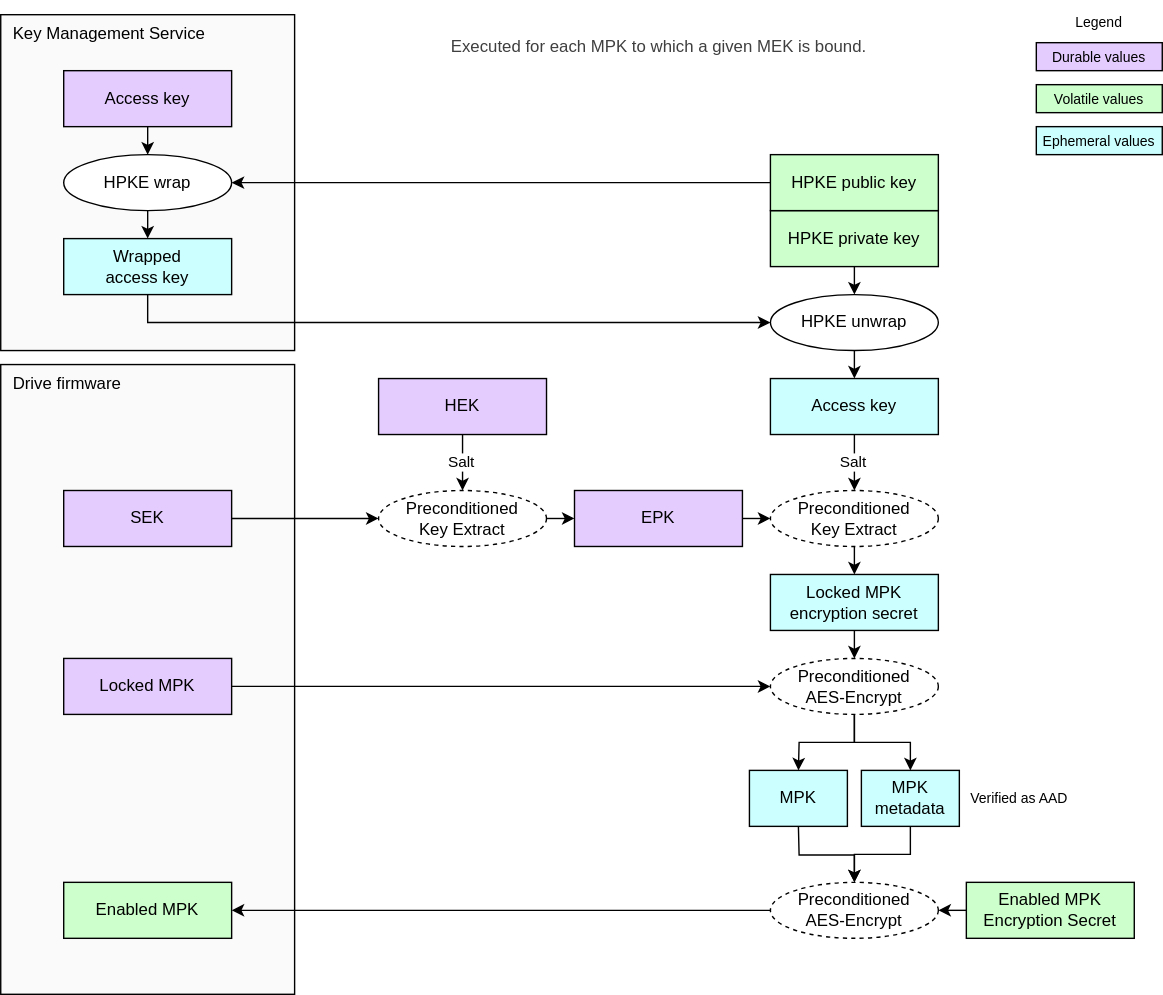
The draw.io diagram doc/ocp_lock/diagrams/mpk_enable.drawio.svg in chipsalliance/Caliptra, before a commit. Source tidied: cells renumbered, new cells last; positions are measured from the earlier drawing's top-left corner, leaving out a move shared by most shapes.
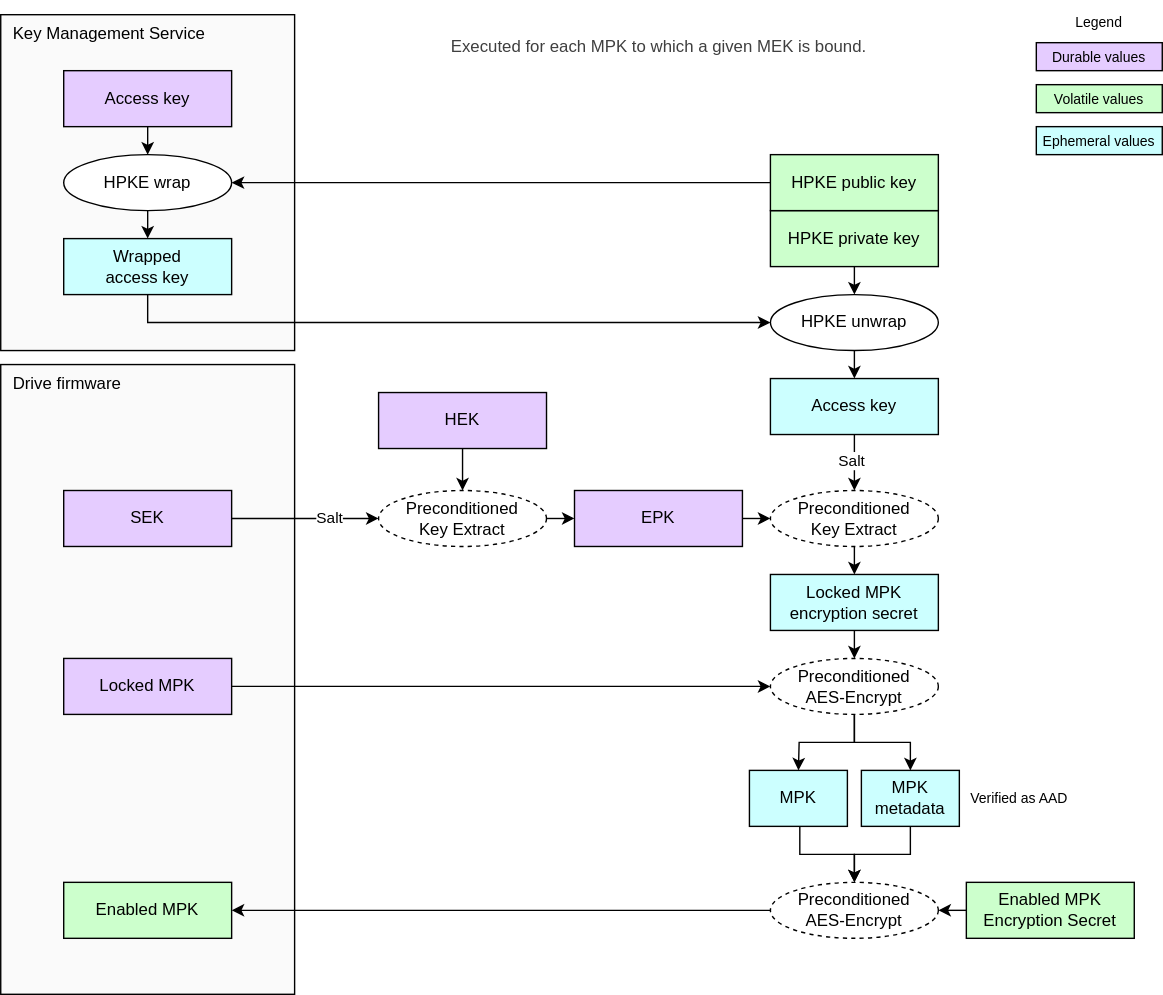
Later version of the same file.

The edit, as a diff of the source:
```diff
@@ -35,6 +35,11 @@
     <mxCell id="12" style="edgeStyle=orthogonalEdgeStyle;html=1;exitX=0.5;exitY=1;exitDx=0;exitDy=0;entryX=0.5;entryY=0;entryDx=0;entryDy=0;rounded=0;" parent="1" edge="1" target="15">
       <mxGeometry relative="1" as="geometry">
         <mxPoint x="570" y="590" as="sourcePoint" />
+        <Array as="points">
+          <mxPoint x="571" y="590" />
+          <mxPoint x="571" y="610" />
+          <mxPoint x="610" y="610" />
+        </Array>
       </mxGeometry>
     </mxCell>
     <mxCell id="13" style="edgeStyle=none;html=1;exitX=0;exitY=0.5;exitDx=0;exitDy=0;entryX=1;entryY=0.5;entryDx=0;entryDy=0;" parent="1" edge="1" source="14" target="15">
@@ -61,7 +66,12 @@
       <mxGeometry x="535" y="550" width="70" height="40" as="geometry" />
     </mxCell>
     <mxCell id="20" style="edgeStyle=orthogonalEdgeStyle;html=1;exitX=0.5;exitY=1;exitDx=0;exitDy=0;entryX=0.5;entryY=0;entryDx=0;entryDy=0;rounded=0;" parent="1" edge="1" source="21" target="15">
-      <mxGeometry relative="1" as="geometry" />
+      <mxGeometry relative="1" as="geometry">
+        <Array as="points">
+          <mxPoint x="650" y="610" />
+          <mxPoint x="610" y="610" />
+        </Array>
+      </mxGeometry>
     </mxCell>
     <mxCell id="21" value="&lt;div&gt;&lt;font color=&quot;#000000&quot;&gt;MPK metadata&lt;/font&gt;&lt;/div&gt;" style="rounded=0;whiteSpace=wrap;html=1;align=center;verticalAlign=middle;shadow=0;glass=0;spacingLeft=0;spacingBottom=0;spacingTop=0;fillColor=#CCFFFF;" parent="1" vertex="1">
       <mxGeometry x="615" y="550" width="70" height="40" as="geometry" />
@@ -78,11 +88,8 @@
     <mxCell id="25" style="edgeStyle=none;html=1;exitX=0.5;exitY=1;exitDx=0;exitDy=0;entryX=0.5;entryY=0;entryDx=0;entryDy=0;" parent="1" edge="1" source="27" target="40">
       <mxGeometry relative="1" as="geometry" />
     </mxCell>
-    <mxCell id="26" value="Salt" style="edgeLabel;html=1;align=center;verticalAlign=middle;" parent="25" vertex="1">
-      <mxGeometry x="-0.05" y="-2" relative="1" as="geometry" />
-    </mxCell>
     <mxCell id="27" value="&lt;div&gt;&lt;font color=&quot;#000000&quot;&gt;HEK&lt;/font&gt;&lt;/div&gt;" style="rounded=0;whiteSpace=wrap;html=1;align=center;verticalAlign=middle;shadow=0;glass=0;spacingLeft=0;spacingBottom=0;spacingTop=0;fillColor=#E5CCFF;" parent="1" vertex="1">
-      <mxGeometry x="270" y="270" width="120" height="40" as="geometry" />
+      <mxGeometry x="270" y="280" width="120" height="40" as="geometry" />
     </mxCell>
     <mxCell id="28" value="&lt;div&gt;&lt;font color=&quot;#000000&quot;&gt;Locked MPK encryption secret&lt;/font&gt;&lt;/div&gt;" style="rounded=0;whiteSpace=wrap;html=1;align=center;verticalAlign=middle;shadow=0;glass=0;spacingLeft=0;spacingBottom=0;spacingTop=0;fillColor=#CCFFFF;" parent="1" vertex="1">
       <mxGeometry x="550" y="410" width="120" height="40" as="geometry" />
@@ -118,6 +125,11 @@
     <mxCell id="37" style="edgeStyle=none;html=1;exitX=1;exitY=0.5;exitDx=0;exitDy=0;entryX=0;entryY=0.5;entryDx=0;entryDy=0;" parent="1" edge="1" source="38" target="40">
       <mxGeometry relative="1" as="geometry" />
     </mxCell>
+    <mxCell id="26" value="Salt" style="edgeLabel;html=1;align=center;verticalAlign=middle;" parent="37" vertex="1">
+      <mxGeometry x="0.35" y="3" relative="1" as="geometry">
+        <mxPoint x="-1" y="3" as="offset" />
+      </mxGeometry>
+    </mxCell>
     <mxCell id="38" value="&lt;div&gt;&lt;font color=&quot;#000000&quot;&gt;SEK&lt;/font&gt;&lt;/div&gt;" style="rounded=0;whiteSpace=wrap;html=1;align=center;verticalAlign=middle;shadow=0;glass=0;spacingLeft=0;spacingBottom=0;spacingTop=0;fillColor=#E5CCFF;" parent="1" vertex="1">
       <mxGeometry x="45" y="350" width="120" height="40" as="geometry" />
     </mxCell>
```
